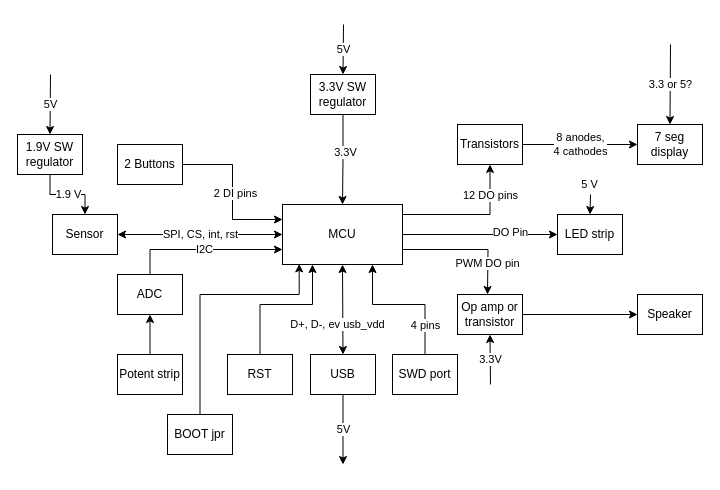
Before: Documents/Components diagram.drawio in Froopas/E7020E_Project, a draw.io diagram. Source tidied: cells renumbered, new cells numbered last; positions are measured from the earlier drawing's top-left corner, leaving out a move shared by most shapes. Both pictures are drawn from the tidied source at 100%, with x=0, y=0 at pixel (17, 24).
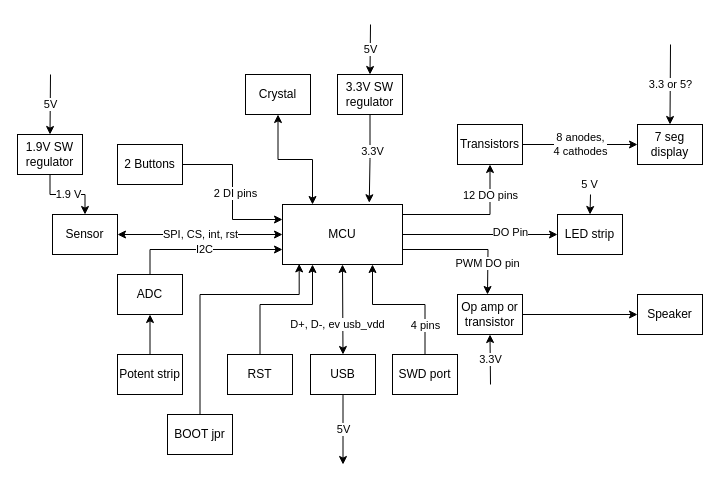
The same diagram, later.

The change refers to these unchanged cells:
```xml
<mxCell id="7" value="MCU" style="rounded=0;whiteSpace=wrap;html=1;" parent="1" vertex="1">
  <mxGeometry x="265" y="180" width="120" height="60" as="geometry" />
</mxCell>
```

The edit, as a diff of the source:
```diff
@@
-    <mxCell id="28" style="edgeStyle=orthogonalEdgeStyle;rounded=0;jettySize=auto;html=1;startArrow=none;startFill=0;" parent="1" edge="1" source="30" target="7">
+    <mxCell id="28" style="edgeStyle=orthogonalEdgeStyle;rounded=0;jettySize=auto;html=1;startArrow=none;startFill=0;entryX=0.723;entryY=-0.029;entryDx=0;entryDy=0;entryPerimeter=0;" parent="1" edge="1" source="30" target="7">
       <mxGeometry relative="1" as="geometry" />
     </mxCell>
@@
     <mxCell id="30" value="3.3V SW regulator" style="rounded=0;whiteSpace=wrap;html=1;" parent="1" vertex="1">
-      <mxGeometry x="293" y="50" width="65" height="40" as="geometry" />
+      <mxGeometry x="320" y="50" width="65" height="40" as="geometry" />
     </mxCell>
@@
     <mxCell id="32" value="5V" style="endArrow=classic;html=1;entryX=0.5;entryY=0;entryDx=0;entryDy=0;" parent="1" edge="1" target="30">
       <mxGeometry relative="1" as="geometry">
-        <mxPoint x="326" as="sourcePoint" />
+        <mxPoint x="353" as="sourcePoint" />
       </mxGeometry>
     </mxCell>
@@
+    <mxCell id="44" style="edgeStyle=orthogonalEdgeStyle;rounded=0;jettySize=auto;html=1;entryX=0.25;entryY=0;entryDx=0;entryDy=0;startArrow=classic;startFill=1;" parent="1" edge="1" source="45" target="7">
+      <mxGeometry x="-1" y="-71" relative="1" as="geometry" />
+    </mxCell>
+    <mxCell id="45" value="Crystal" style="rounded=0;whiteSpace=wrap;html=1;" parent="1" vertex="1">
+      <mxGeometry x="228" y="50" width="65" height="40" as="geometry" />
+    </mxCell>
```
